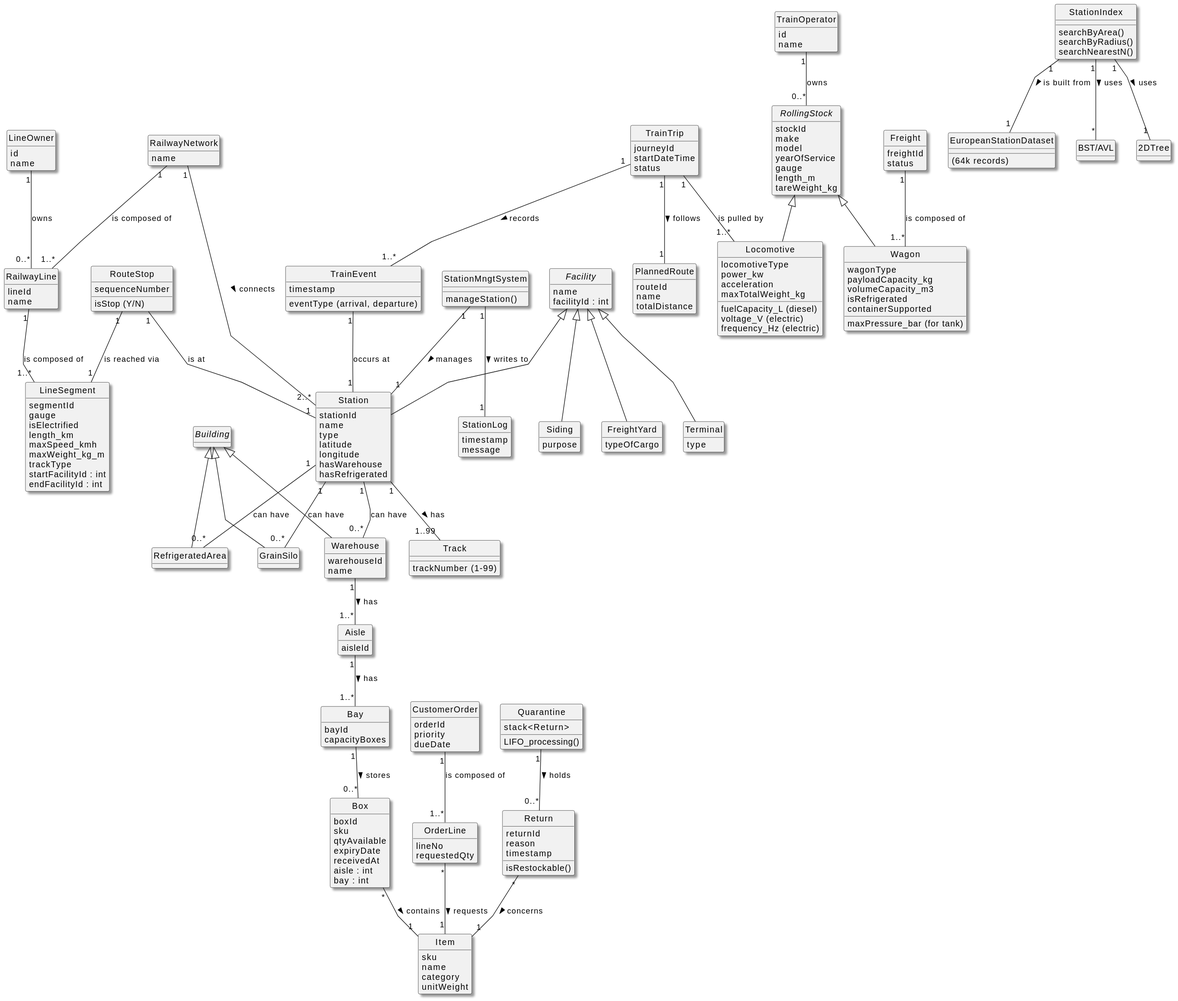
Before: src/doc/LAPR3/USLP05/domainmodel.svg, a diagram exported from PlantUML (Departamento-de-Engenharia-Informatica/sem3-pi-25-26-g023-repo).
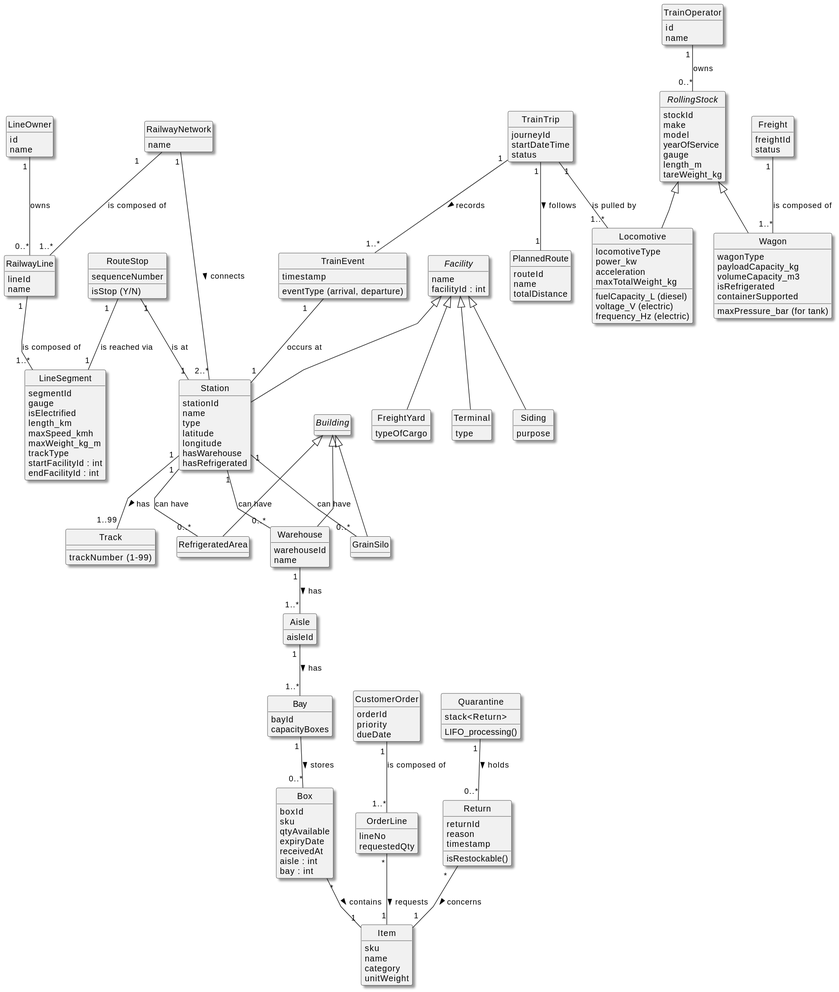
After the change.

Commit message:
USEILP - update only svg path

Change to the diagram source:
```diff
@@ -35,6 +35,11 @@
         hasWarehouse
         hasRefrigerated
     }
+
+    class Track {
+        trackNumber (1-99)
+    }
+
     abstract class Facility {
         name
         facilityId : int
@@ -66,6 +71,8 @@
 
     Station "1" -- "0..*" RefrigeratedArea : "can have"
     Station "1" -- "0..*" GrainSilo : "can have"
+    Station "1" -- "1..99" Track : has >
+
 
     class TrainOperator {
         id
@@ -107,6 +114,7 @@
     TrainOperator "1" -- "0..*" RollingStock : owns
     LineOwner "1" -- "0..*" RailwayLine : owns
 
+
     class Freight {
         freightId
         status
@@ -136,6 +144,7 @@
 
     TrainTrip "1" -- "1" PlannedRoute : follows >
     TrainTrip "1" -- "1..*" TrainEvent : records >
+
 
     class Warehouse extends Building {
         warehouseId
@@ -192,34 +201,6 @@
     Return "*" -- "1" Item : concerns >
     Quarantine "1" -- "0..*" Return : holds >
 
-    class StationMngtSystem {
-        manageStation()
-    }
-    class Track {
-        trackNumber (1-99)
-    }
-    class StationLog {
-        timestamp
-        message
-    }
-
-    StationMngtSystem "1" -- "1" StationLog : writes to >
-
-    class StationIndex {
-        searchByArea()
-        searchByRadius()
-        searchNearestN()
-    }
-    class EuropeanStationDataset {
-        (64k records)
-    }
-    class "BST/AVL" as TreeIndex
-    class "2DTree" as SpatialIndex
-
-    StationIndex "1" -- "1" EuropeanStationDataset : is built from >
-    StationIndex "1" -- "*" TreeIndex : uses >
-    StationIndex "1" -- "1" SpatialIndex : uses >
-
 
 Station "1" -- "0..*" Warehouse : "can have"
 
@@ -227,9 +208,6 @@
 RouteStop "1" -- "1" LineSegment : "is reached via"
 TrainEvent "1" -- "1" Station : "occurs at"
 
-StationMngtSystem "1" -- "1" Station : manages >
-Station "1" -- "1..99" Track : has >
-
 TrainTrip "1" -- "1..*" Locomotive : "is pulled by"
 Freight "1" -- "1..*" Wagon : "is composed of"
 @enduml
```
